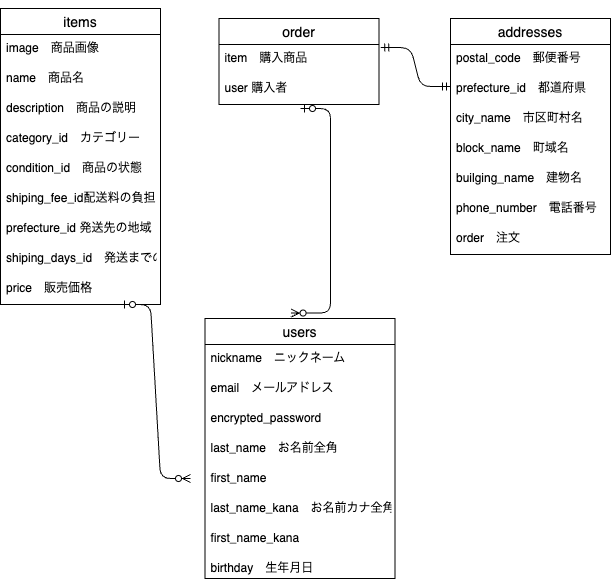
Before: test.png, a diagram exported from draw.io (k0344000/furima-40262-2). Source tidied: cells renumbered, new cells last; positions are measured from the earlier drawing's top-left corner, leaving out a move shared by most shapes. Source of this version:
```xml
<mxGraphModel>
  <root>
    <mxCell id="0" />
    <mxCell id="1" parent="0" />
    <mxCell id="2" style="html=1;strokeColor=none;" parent="1" edge="1" target="34">
      <mxGeometry relative="1" as="geometry">
        <mxPoint x="270" y="360" as="sourcePoint" />
      </mxGeometry>
    </mxCell>
    <mxCell id="3" value="users" style="swimlane;fontStyle=0;horizontal=1;startSize=26;align=center;fontSize=14;" parent="1" vertex="1">
      <mxGeometry x="204.5" y="310" width="190" height="260" as="geometry" />
    </mxCell>
    <mxCell id="4" value="nickname　ニックネーム" style="text;strokeColor=none;fillColor=none;spacingLeft=4;spacingRight=4;overflow=hidden;fontSize=12;" parent="3" vertex="1">
      <mxGeometry y="26" width="190" height="30" as="geometry" />
    </mxCell>
    <mxCell id="5" value="email　メールアドレス" style="text;strokeColor=none;fillColor=none;spacingLeft=4;spacingRight=4;overflow=hidden;points=[[0,0.5],[1,0.5]];portConstraint=eastwest;fontSize=12;" parent="3" vertex="1">
      <mxGeometry y="56" width="190" height="30" as="geometry" />
    </mxCell>
    <mxCell id="6" value="encrypted_password " style="text;strokeColor=none;fillColor=none;spacingLeft=4;spacingRight=4;overflow=hidden;points=[[0,0.5],[1,0.5]];portConstraint=eastwest;fontSize=12;" parent="3" vertex="1">
      <mxGeometry y="86" width="190" height="30" as="geometry" />
    </mxCell>
    <mxCell id="7" value="last_name　お名前全角" style="text;strokeColor=none;fillColor=none;spacingLeft=4;spacingRight=4;overflow=hidden;fontSize=12;" parent="3" vertex="1">
      <mxGeometry y="116" width="190" height="30" as="geometry" />
    </mxCell>
    <mxCell id="8" value="first_name" style="text;strokeColor=none;fillColor=none;spacingLeft=4;spacingRight=4;overflow=hidden;fontSize=12;" parent="3" vertex="1">
      <mxGeometry y="146" width="190" height="30" as="geometry" />
    </mxCell>
    <mxCell id="9" value="last_name_kana　お名前カナ全角" style="text;strokeColor=none;fillColor=none;spacingLeft=4;spacingRight=4;overflow=hidden;fontSize=12;" parent="3" vertex="1">
      <mxGeometry y="176" width="190" height="30" as="geometry" />
    </mxCell>
    <mxCell id="10" value="first_name_kana" style="text;strokeColor=none;fillColor=none;spacingLeft=4;spacingRight=4;overflow=hidden;fontSize=12;" parent="3" vertex="1">
      <mxGeometry y="206" width="190" height="30" as="geometry" />
    </mxCell>
    <mxCell id="11" value="birthday　生年月日&#10;" style="text;strokeColor=none;fillColor=none;spacingLeft=4;spacingRight=4;overflow=hidden;points=[[0,0.5],[1,0.5]];portConstraint=eastwest;fontSize=12;" parent="3" vertex="1">
      <mxGeometry y="236" width="190" height="24" as="geometry" />
    </mxCell>
    <mxCell id="12" value="items" style="swimlane;fontStyle=0;horizontal=1;startSize=26;align=center;fontSize=14;" parent="1" vertex="1">
      <mxGeometry width="160" height="296" as="geometry" />
    </mxCell>
    <mxCell id="13" value="image　商品画像" style="text;strokeColor=none;fillColor=none;spacingLeft=4;spacingRight=4;overflow=hidden;fontSize=12;" parent="12" vertex="1">
      <mxGeometry y="26" width="160" height="30" as="geometry" />
    </mxCell>
    <mxCell id="14" value="name　商品名" style="text;strokeColor=none;fillColor=none;spacingLeft=4;spacingRight=4;overflow=hidden;fontSize=12;" parent="12" vertex="1">
      <mxGeometry y="56" width="160" height="30" as="geometry" />
    </mxCell>
    <mxCell id="15" value="description　商品の説明" style="text;strokeColor=none;fillColor=none;spacingLeft=4;spacingRight=4;overflow=hidden;fontSize=12;" parent="12" vertex="1">
      <mxGeometry y="86" width="160" height="30" as="geometry" />
    </mxCell>
    <mxCell id="16" value="category_id　カテゴリー" style="text;strokeColor=none;fillColor=none;spacingLeft=4;spacingRight=4;overflow=hidden;fontSize=12;" parent="12" vertex="1">
      <mxGeometry y="116" width="160" height="30" as="geometry" />
    </mxCell>
    <mxCell id="17" value="condition_id　商品の状態" style="text;strokeColor=none;fillColor=none;spacingLeft=4;spacingRight=4;overflow=hidden;fontSize=12;" parent="12" vertex="1">
      <mxGeometry y="146" width="160" height="30" as="geometry" />
    </mxCell>
    <mxCell id="18" value="shiping_fee_id配送料の負担" style="text;strokeColor=none;fillColor=none;spacingLeft=4;spacingRight=4;overflow=hidden;fontSize=12;" parent="12" vertex="1">
      <mxGeometry y="176" width="160" height="30" as="geometry" />
    </mxCell>
    <mxCell id="19" value="prefecture_id 発送先の地域" style="text;strokeColor=none;fillColor=none;spacingLeft=4;spacingRight=4;overflow=hidden;fontSize=12;" parent="12" vertex="1">
      <mxGeometry y="206" width="160" height="30" as="geometry" />
    </mxCell>
    <mxCell id="20" value="shiping_days_id　発送までの日数&#10;　" style="text;strokeColor=none;fillColor=none;spacingLeft=4;spacingRight=4;overflow=hidden;fontSize=12;" parent="12" vertex="1">
      <mxGeometry y="236" width="160" height="30" as="geometry" />
    </mxCell>
    <mxCell id="21" value="price　販売価格" style="text;strokeColor=none;fillColor=none;spacingLeft=4;spacingRight=4;overflow=hidden;fontSize=12;" parent="12" vertex="1">
      <mxGeometry y="266" width="160" height="30" as="geometry" />
    </mxCell>
    <mxCell id="22" value="addresses" style="swimlane;fontStyle=0;horizontal=1;startSize=26;align=center;fontSize=14;" parent="1" vertex="1">
      <mxGeometry x="450" y="10" width="160" height="236" as="geometry" />
    </mxCell>
    <mxCell id="23" value="postal_code　郵便番号" style="text;strokeColor=none;fillColor=none;spacingLeft=4;spacingRight=4;overflow=hidden;fontSize=12;" parent="22" vertex="1">
      <mxGeometry y="26" width="160" height="30" as="geometry" />
    </mxCell>
    <mxCell id="24" value="prefecture_id　都道府県" style="text;strokeColor=none;fillColor=none;spacingLeft=4;spacingRight=4;overflow=hidden;fontSize=12;" parent="22" vertex="1">
      <mxGeometry y="56" width="160" height="30" as="geometry" />
    </mxCell>
    <mxCell id="25" value="city_name　市区町村名" style="text;strokeColor=none;fillColor=none;spacingLeft=4;spacingRight=4;overflow=hidden;fontSize=12;" parent="22" vertex="1">
      <mxGeometry y="86" width="160" height="30" as="geometry" />
    </mxCell>
    <mxCell id="26" value="block_name　町域名" style="text;strokeColor=none;fillColor=none;spacingLeft=4;spacingRight=4;overflow=hidden;fontSize=12;" parent="22" vertex="1">
      <mxGeometry y="116" width="160" height="30" as="geometry" />
    </mxCell>
    <mxCell id="27" value="builging_name　建物名" style="text;strokeColor=none;fillColor=none;spacingLeft=4;spacingRight=4;overflow=hidden;fontSize=12;" parent="22" vertex="1">
      <mxGeometry y="146" width="160" height="30" as="geometry" />
    </mxCell>
    <mxCell id="28" value="phone_number　電話番号" style="text;strokeColor=none;fillColor=none;spacingLeft=4;spacingRight=4;overflow=hidden;fontSize=12;" parent="22" vertex="1">
      <mxGeometry y="176" width="160" height="30" as="geometry" />
    </mxCell>
    <mxCell id="29" value="order　注文" style="text;strokeColor=none;fillColor=none;spacingLeft=4;spacingRight=4;overflow=hidden;fontSize=12;" parent="22" vertex="1">
      <mxGeometry y="206" width="160" height="30" as="geometry" />
    </mxCell>
    <mxCell id="30" style="edgeStyle=none;html=1;startArrow=none;strokeColor=none;" parent="1" edge="1" source="34">
      <mxGeometry relative="1" as="geometry">
        <mxPoint x="311" y="270" as="targetPoint" />
      </mxGeometry>
    </mxCell>
    <mxCell id="31" style="edgeStyle=none;html=1;endArrow=none;strokeColor=none;" parent="1" edge="1" target="34">
      <mxGeometry relative="1" as="geometry">
        <mxPoint x="311" y="290" as="sourcePoint" />
      </mxGeometry>
    </mxCell>
    <mxCell id="32" style="html=1;strokeColor=none;" parent="1" edge="1">
      <mxGeometry relative="1" as="geometry">
        <mxPoint x="269.3" y="360" as="sourcePoint" />
        <mxPoint x="260" y="250" as="targetPoint" />
      </mxGeometry>
    </mxCell>
    <mxCell id="33" style="edgeStyle=none;html=1;exitX=0.5;exitY=0;exitDx=0;exitDy=0;strokeColor=none;curved=1;shape=link;" parent="1" edge="1" source="34" target="11">
      <mxGeometry relative="1" as="geometry">
        <Array as="points">
          <mxPoint x="299" y="150" />
        </Array>
      </mxGeometry>
    </mxCell>
    <mxCell id="34" value="order" style="swimlane;fontStyle=0;horizontal=1;startSize=26;align=center;fontSize=14;" parent="1" vertex="1">
      <mxGeometry x="218.5" y="10" width="160" height="86" as="geometry" />
    </mxCell>
    <mxCell id="35" value="item　購入商品" style="text;strokeColor=none;fillColor=none;spacingLeft=4;spacingRight=4;overflow=hidden;points=[[0,0.5],[1,0.5]];portConstraint=eastwest;fontSize=12;" parent="34" vertex="1">
      <mxGeometry y="26" width="160" height="30" as="geometry" />
    </mxCell>
    <mxCell id="36" value="user 購入者" style="text;strokeColor=none;fillColor=none;spacingLeft=4;spacingRight=4;overflow=hidden;fontSize=12;" parent="34" vertex="1">
      <mxGeometry y="56" width="160" height="30" as="geometry" />
    </mxCell>
    <mxCell id="37" style="html=1;exitX=-0.015;exitY=0.122;exitDx=0;exitDy=0;entryX=0.143;entryY=-0.005;entryDx=0;entryDy=0;exitPerimeter=0;strokeColor=none;entryPerimeter=0;" parent="1" edge="1" source="5" target="12">
      <mxGeometry relative="1" as="geometry" />
    </mxCell>
    <mxCell id="38" style="html=1;exitX=0;exitY=0.5;exitDx=0;exitDy=0;entryX=0.374;entryY=-0.012;entryDx=0;entryDy=0;entryPerimeter=0;strokeColor=none;shape=link;" parent="1" edge="1" source="6" target="12">
      <mxGeometry relative="1" as="geometry" />
    </mxCell>
    <mxCell id="39" style="edgeStyle=entityRelationEdgeStyle;fontSize=12;html=1;endArrow=ERoneToMany;strokeColor=none;exitX=0.5;exitY=0;exitDx=0;exitDy=0;" parent="1" edge="1" source="12">
      <mxGeometry relative="1" as="geometry">
        <mxPoint x="180" y="80" as="targetPoint" />
      </mxGeometry>
    </mxCell>
    <mxCell id="40" style="endArrow=none;html=1;rounded=0;strokeColor=none;" parent="1" edge="1">
      <mxGeometry relative="1" as="geometry">
        <mxPoint x="130" y="120" as="sourcePoint" />
        <mxPoint x="270" y="270" as="targetPoint" />
      </mxGeometry>
    </mxCell>
    <mxCell id="41" style="edgeStyle=none;html=1;exitX=1;exitY=0.5;exitDx=0;exitDy=0;strokeColor=none;" parent="1" edge="1" source="5">
      <mxGeometry relative="1" as="geometry">
        <mxPoint x="430" y="70" as="targetPoint" />
      </mxGeometry>
    </mxCell>
    <mxCell id="42" style="edgeStyle=none;html=1;exitX=1;exitY=0.5;exitDx=0;exitDy=0;strokeColor=none;" parent="1" edge="1" source="5">
      <mxGeometry relative="1" as="geometry">
        <mxPoint x="420" y="71" as="targetPoint" />
      </mxGeometry>
    </mxCell>
    <mxCell id="43" style="edgeStyle=entityRelationEdgeStyle;fontSize=12;html=1;endArrow=ERzeroToMany;startArrow=ERzeroToOne;strokeColor=default;" parent="1" edge="1">
      <mxGeometry relative="1" as="geometry">
        <mxPoint x="120" y="296" as="sourcePoint" />
        <mxPoint x="190" y="470" as="targetPoint" />
      </mxGeometry>
    </mxCell>
    <mxCell id="44" style="edgeStyle=entityRelationEdgeStyle;fontSize=12;html=1;endArrow=ERzeroToMany;startArrow=ERzeroToOne;strokeColor=default;entryX=0.453;entryY=-0.021;entryDx=0;entryDy=0;entryPerimeter=0;" parent="1" edge="1" target="3">
      <mxGeometry relative="1" as="geometry">
        <mxPoint x="300" y="100" as="sourcePoint" />
      </mxGeometry>
    </mxCell>
    <mxCell id="45" style="edgeStyle=entityRelationEdgeStyle;fontSize=12;html=1;endArrow=ERmandOne;startArrow=ERmandOne;strokeColor=default;exitX=1.011;exitY=0.104;exitDx=0;exitDy=0;exitPerimeter=0;" parent="1" edge="1" source="35">
      <mxGeometry relative="1" as="geometry">
        <mxPoint x="450" y="78" as="targetPoint" />
      </mxGeometry>
    </mxCell>
  </root>
</mxGraphModel>
```
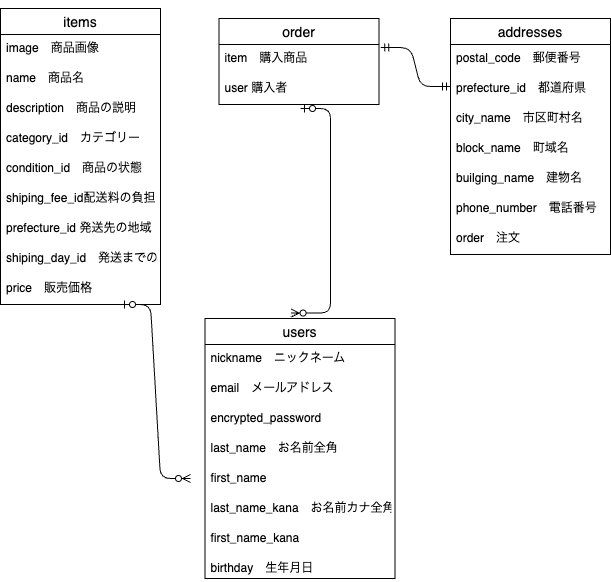
Later version of the same file.

What changed in the source:
```diff
@@ -58,7 +58,7 @@
     <mxCell id="19" value="prefecture_id 発送先の地域" style="text;strokeColor=none;fillColor=none;spacingLeft=4;spacingRight=4;overflow=hidden;fontSize=12;" parent="12" vertex="1">
       <mxGeometry y="206" width="160" height="30" as="geometry" />
     </mxCell>
-    <mxCell id="20" value="shiping_days_id　発送までの日数&#10;　" style="text;strokeColor=none;fillColor=none;spacingLeft=4;spacingRight=4;overflow=hidden;fontSize=12;" parent="12" vertex="1">
+    <mxCell id="20" value="shiping_day_id　発送までの日数&#10;　" style="text;strokeColor=none;fillColor=none;spacingLeft=4;spacingRight=4;overflow=hidden;fontSize=12;" parent="12" vertex="1">
       <mxGeometry y="236" width="160" height="30" as="geometry" />
     </mxCell>
     <mxCell id="21" value="price　販売価格" style="text;strokeColor=none;fillColor=none;spacingLeft=4;spacingRight=4;overflow=hidden;fontSize=12;" parent="12" vertex="1">
```
